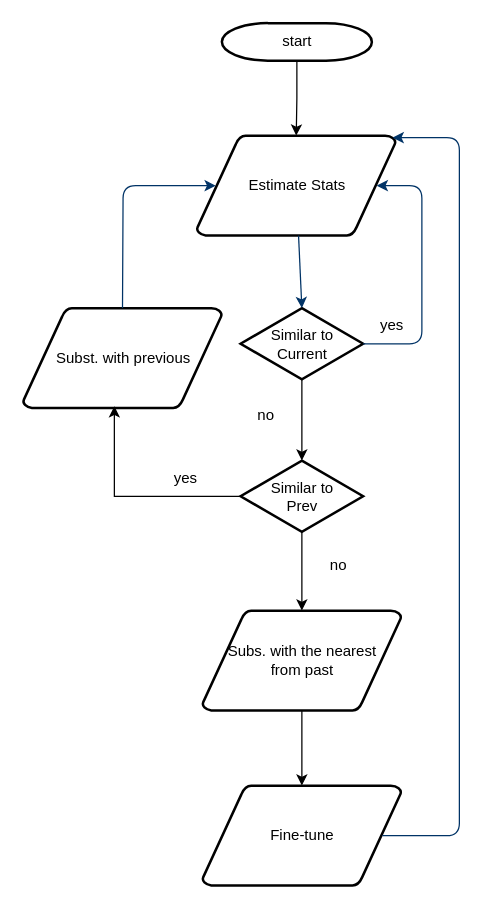
This is algorithmic.drawio from slahmer97/costoflearning, a draw.io file, before an edit. Source tidied: cells renumbered, new cells numbered last; positions are measured from the earlier drawing's top-left corner, leaving out a move shared by most shapes. Both pictures are drawn from the tidied source at 125%, with x=0, y=0 at pixel (22, 22).
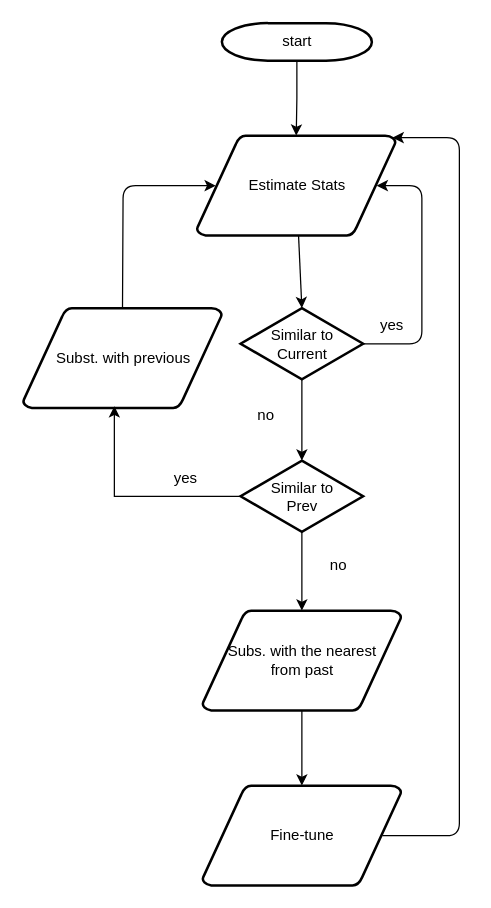
After the change.

The change refers to these unchanged cells:
```xml
<mxCell id="3" value="Subst. with previous" style="shape=mxgraph.flowchart.data;strokeWidth=2;gradientColor=none;gradientDirection=north;fontStyle=0;html=1;" parent="1" vertex="1">
  <mxGeometry y="228" width="159" height="80" as="geometry" />
</mxCell>
<mxCell id="4" value="Estimate Stats" style="shape=mxgraph.flowchart.data;strokeWidth=2;gradientColor=none;gradientDirection=north;fontStyle=0;html=1;" parent="1" vertex="1">
  <mxGeometry x="139" y="90" width="159" height="80" as="geometry" />
</mxCell>
<mxCell id="5" value="&lt;div&gt;Similar to &lt;br&gt;&lt;/div&gt;&lt;div&gt;Current&lt;br&gt;&lt;/div&gt;" style="shape=mxgraph.flowchart.decision;strokeWidth=2;gradientColor=none;gradientDirection=north;fontStyle=0;html=1;" parent="1" vertex="1">
  <mxGeometry x="174" y="228" width="98" height="57" as="geometry" />
</mxCell>
<mxCell id="19" value="Fine-tune" style="shape=mxgraph.flowchart.data;strokeWidth=2;gradientColor=none;gradientDirection=north;fontStyle=0;html=1;" parent="1" vertex="1">
  <mxGeometry x="143.5" y="610" width="159" height="80" as="geometry" />
</mxCell>
```

What changed in the source:
```diff
@@
-    <mxCell id="6" style="entryX=0.5;entryY=0;entryPerimeter=0;fontStyle=1;strokeColor=#003366;strokeWidth=1;html=1;" parent="1" edge="1" source="4" target="5">
+    <mxCell id="6" style="entryX=0.5;entryY=0;entryPerimeter=0;fontStyle=1;strokeColor=#000000;strokeWidth=1;html=1;" parent="1" edge="1" source="4" target="5">
       <mxGeometry relative="1" as="geometry" />
     </mxCell>
-    <mxCell id="7" style="edgeStyle=elbowEdgeStyle;elbow=horizontal;entryX=0.905;entryY=0.5;entryPerimeter=0;exitX=1;exitY=0.5;exitPerimeter=0;fontStyle=1;strokeColor=#003366;strokeWidth=1;html=1;entryDx=0;entryDy=0;" parent="1" edge="1" source="5" target="4">
+    <mxCell id="7" style="edgeStyle=elbowEdgeStyle;elbow=horizontal;entryX=0.905;entryY=0.5;entryPerimeter=0;exitX=1;exitY=0.5;exitPerimeter=0;fontStyle=1;strokeColor=#000000;strokeWidth=1;html=1;entryDx=0;entryDy=0;" parent="1" edge="1" source="5" target="4">
       <mxGeometry x="381" y="28.5" as="geometry">
         <Array as="points">
           <mxPoint x="319" y="200" />
         </Array>
       </mxGeometry>
     </mxCell>
@@
-    <mxCell id="14" style="edgeStyle=elbowEdgeStyle;elbow=horizontal;entryX=0.095;entryY=0.5;entryPerimeter=0;exitX=0.5;exitY=0;exitPerimeter=0;fontStyle=1;strokeColor=#003366;strokeWidth=1;html=1;entryDx=0;entryDy=0;exitDx=0;exitDy=0;" parent="1" edge="1" source="3" target="4">
+    <mxCell id="14" style="edgeStyle=elbowEdgeStyle;elbow=horizontal;entryX=0.095;entryY=0.5;entryPerimeter=0;exitX=0.5;exitY=0;exitPerimeter=0;fontStyle=1;strokeColor=#000000;strokeWidth=1;html=1;entryDx=0;entryDy=0;exitDx=0;exitDy=0;" parent="1" edge="1" source="3" target="4">
       <mxGeometry x="381" y="28.5" as="geometry">
         <Array as="points">
           <mxPoint x="80" y="170" />
         </Array>
       </mxGeometry>
     </mxCell>
@@
-    <mxCell id="21" style="edgeStyle=elbowEdgeStyle;elbow=horizontal;exitX=0.905;exitY=0.5;exitPerimeter=0;fontStyle=1;strokeColor=#003366;strokeWidth=1;html=1;exitDx=0;exitDy=0;entryX=0.985;entryY=0.02;entryDx=0;entryDy=0;entryPerimeter=0;" parent="1" edge="1" source="19" target="4">
+    <mxCell id="21" style="edgeStyle=elbowEdgeStyle;elbow=horizontal;exitX=0.905;exitY=0.5;exitPerimeter=0;fontStyle=1;strokeColor=#000000;strokeWidth=1;html=1;exitDx=0;exitDy=0;entryX=0.985;entryY=0.02;entryDx=0;entryDy=0;entryPerimeter=0;fillColor=#f5f5f5;" parent="1" edge="1" source="19" target="4">
       <mxGeometry x="381" y="28.5" as="geometry">
         <Array as="points">
           <mxPoint x="349" y="380" />
         </Array>
       </mxGeometry>
     </mxCell>
```
